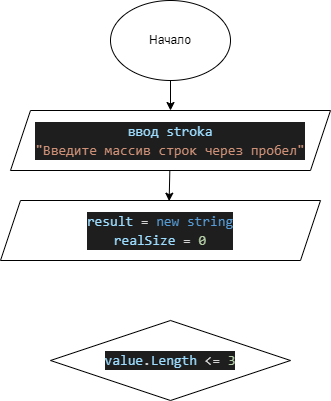
Earlier version of the draw.io export Atask/diagram.drawio.png (SmNataLy/final_work). Source tidied: cells renumbered, new cells last; positions are measured from the earlier drawing's top-left corner, leaving out a move shared by most shapes. Source of this version:
```xml
<mxGraphModel>
  <root>
    <mxCell id="0" />
    <mxCell id="1" parent="0" />
    <mxCell id="2" style="edgeStyle=none;html=1;entryX=0.527;entryY=0.011;entryDx=0;entryDy=0;entryPerimeter=0;" parent="1" edge="1" source="3" target="6">
      <mxGeometry relative="1" as="geometry" />
    </mxCell>
    <mxCell id="3" value="&lt;div style=&quot;color: rgb(212, 212, 212); background-color: rgb(30, 30, 30); font-family: Consolas, &amp;quot;Courier New&amp;quot;, monospace; font-size: 14px; line-height: 19px;&quot;&gt;&lt;div style=&quot;line-height: 19px;&quot;&gt;&lt;span style=&quot;color: #9cdcfe;&quot;&gt;ввод stroka&lt;/span&gt;&lt;/div&gt;&lt;/div&gt;&lt;div style=&quot;color: rgb(212, 212, 212); background-color: rgb(30, 30, 30); font-family: Consolas, &amp;quot;Courier New&amp;quot;, monospace; font-size: 14px; line-height: 19px;&quot;&gt;&lt;span style=&quot;color: #ce9178;&quot;&gt;&quot;Введите массив строк через пробел&quot;&lt;/span&gt;&lt;/div&gt;" style="shape=parallelogram;perimeter=parallelogramPerimeter;whiteSpace=wrap;html=1;fixedSize=1;" parent="1" vertex="1">
      <mxGeometry x="10" y="110" width="320" height="60" as="geometry" />
    </mxCell>
    <mxCell id="4" style="edgeStyle=none;html=1;entryX=0.5;entryY=0;entryDx=0;entryDy=0;" parent="1" edge="1" source="5" target="3">
      <mxGeometry relative="1" as="geometry" />
    </mxCell>
    <mxCell id="5" value="Начало" style="ellipse;whiteSpace=wrap;html=1;" parent="1" vertex="1">
      <mxGeometry x="110" width="120" height="80" as="geometry" />
    </mxCell>
    <mxCell id="6" value="&lt;div style=&quot;color: rgb(212, 212, 212); background-color: rgb(30, 30, 30); font-family: Consolas, &amp;quot;Courier New&amp;quot;, monospace; font-size: 14px; line-height: 19px;&quot;&gt;&lt;div style=&quot;line-height: 19px;&quot;&gt;&lt;div style=&quot;line-height: 19px;&quot;&gt;&lt;div&gt;&lt;span style=&quot;color: #9cdcfe;&quot;&gt;result&lt;/span&gt; = &lt;span style=&quot;color: #569cd6;&quot;&gt;new&lt;/span&gt; &lt;span style=&quot;color: #569cd6;&quot;&gt;string&lt;/span&gt;&lt;/div&gt;&lt;div&gt;&lt;span style=&quot;color: #9cdcfe;&quot;&gt;realSize&lt;/span&gt; = &lt;span style=&quot;color: #b5cea8;&quot;&gt;0&lt;/span&gt;&lt;/div&gt;&lt;/div&gt;&lt;/div&gt;&lt;/div&gt;" style="shape=parallelogram;perimeter=parallelogramPerimeter;whiteSpace=wrap;html=1;fixedSize=1;" parent="1" vertex="1">
      <mxGeometry y="200" width="320" height="60" as="geometry" />
    </mxCell>
    <mxCell id="7" value="&lt;div style=&quot;color: rgb(212, 212, 212); background-color: rgb(30, 30, 30); font-family: Consolas, &amp;quot;Courier New&amp;quot;, monospace; font-size: 14px; line-height: 19px;&quot;&gt;&lt;span style=&quot;color: #9cdcfe;&quot;&gt;value&lt;/span&gt;.&lt;span style=&quot;color: #9cdcfe;&quot;&gt;Length&lt;/span&gt; &amp;lt;= &lt;span style=&quot;color: #b5cea8;&quot;&gt;3&lt;/span&gt;&lt;/div&gt;" style="rhombus;whiteSpace=wrap;html=1;" parent="1" vertex="1">
      <mxGeometry x="50" y="320" width="240" height="80" as="geometry" />
    </mxCell>
  </root>
</mxGraphModel>
```
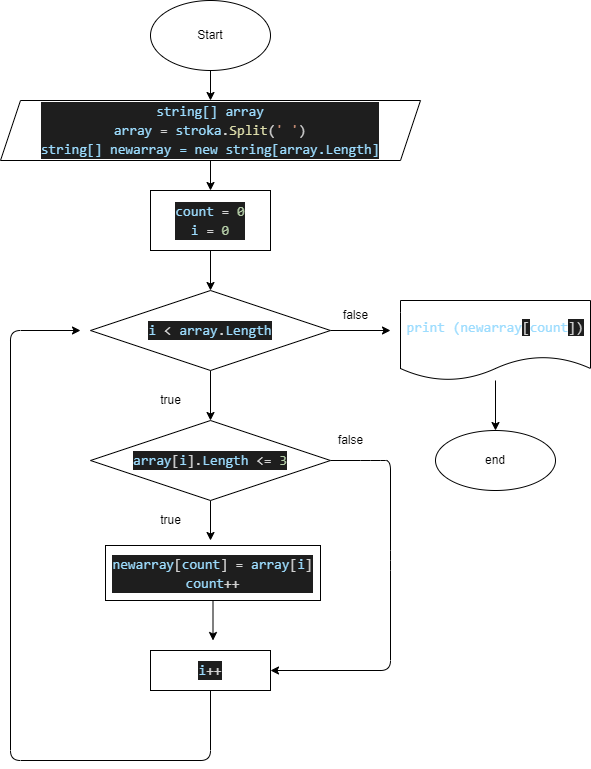
After the commit.

Commit message:
Добавила блок-схему

The edit, as a diff of the source:
```diff
@@ -2,23 +2,94 @@
   <root>
     <mxCell id="0" />
     <mxCell id="1" parent="0" />
-    <mxCell id="2" style="edgeStyle=none;html=1;entryX=0.527;entryY=0.011;entryDx=0;entryDy=0;entryPerimeter=0;" parent="1" edge="1" source="3" target="6">
-      <mxGeometry relative="1" as="geometry" />
-    </mxCell>
+    <mxCell id="8" style="edgeStyle=none;html=1;entryX=0.5;entryY=0;entryDx=0;entryDy=0;" parent="1" edge="1" source="3" target="12">
+      <mxGeometry relative="1" as="geometry" />
+    </mxCell>
-    <mxCell id="3" value="&lt;div style=&quot;color: rgb(212, 212, 212); background-color: rgb(30, 30, 30); font-family: Consolas, &amp;quot;Courier New&amp;quot;, monospace; font-size: 14px; line-height: 19px;&quot;&gt;&lt;div style=&quot;line-height: 19px;&quot;&gt;&lt;span style=&quot;color: #9cdcfe;&quot;&gt;ввод stroka&lt;/span&gt;&lt;/div&gt;&lt;/div&gt;&lt;div style=&quot;color: rgb(212, 212, 212); background-color: rgb(30, 30, 30); font-family: Consolas, &amp;quot;Courier New&amp;quot;, monospace; font-size: 14px; line-height: 19px;&quot;&gt;&lt;span style=&quot;color: #ce9178;&quot;&gt;&quot;Введите массив строк через пробел&quot;&lt;/span&gt;&lt;/div&gt;" style="shape=parallelogram;perimeter=parallelogramPerimeter;whiteSpace=wrap;html=1;fixedSize=1;" parent="1" vertex="1">
-      <mxGeometry x="10" y="110" width="320" height="60" as="geometry" />
+    <mxCell id="3" value="&lt;div style=&quot;background-color: rgb(30, 30, 30); font-family: Consolas, &amp;quot;Courier New&amp;quot;, monospace; font-size: 14px; line-height: 19px;&quot;&gt;&lt;div style=&quot;line-height: 19px;&quot;&gt;&lt;font color=&quot;#9cdcfe&quot;&gt;string[] array&lt;/font&gt;&lt;/div&gt;&lt;div style=&quot;line-height: 19px;&quot;&gt;&lt;div style=&quot;color: rgb(212, 212, 212); line-height: 19px;&quot;&gt;&lt;span style=&quot;color: #9cdcfe;&quot;&gt;array&lt;/span&gt; = &lt;span style=&quot;color: #9cdcfe;&quot;&gt;stroka&lt;/span&gt;.&lt;span style=&quot;color: #dcdcaa;&quot;&gt;Split&lt;/span&gt;(&lt;span style=&quot;color: #ce9178;&quot;&gt;' '&lt;/span&gt;)&lt;/div&gt;&lt;div style=&quot;color: rgb(212, 212, 212); line-height: 19px;&quot;&gt;&lt;span style=&quot;color: rgb(156, 220, 254);&quot;&gt;string[] newarray = new string[array.Length]&lt;/span&gt;&lt;br&gt;&lt;/div&gt;&lt;/div&gt;&lt;/div&gt;" style="shape=parallelogram;perimeter=parallelogramPerimeter;whiteSpace=wrap;html=1;fixedSize=1;" parent="1" vertex="1">
+      <mxGeometry x="-40" y="110" width="420" height="60" as="geometry" />
     </mxCell>
     <mxCell id="4" style="edgeStyle=none;html=1;entryX=0.5;entryY=0;entryDx=0;entryDy=0;" parent="1" edge="1" source="5" target="3">
       <mxGeometry relative="1" as="geometry" />
     </mxCell>
-    <mxCell id="5" value="Начало" style="ellipse;whiteSpace=wrap;html=1;" parent="1" vertex="1">
-      <mxGeometry x="110" width="120" height="80" as="geometry" />
+    <mxCell id="5" value="Start" style="ellipse;whiteSpace=wrap;html=1;" parent="1" vertex="1">
+      <mxGeometry x="110" y="10" width="120" height="70" as="geometry" />
     </mxCell>
-    <mxCell id="6" value="&lt;div style=&quot;color: rgb(212, 212, 212); background-color: rgb(30, 30, 30); font-family: Consolas, &amp;quot;Courier New&amp;quot;, monospace; font-size: 14px; line-height: 19px;&quot;&gt;&lt;div style=&quot;line-height: 19px;&quot;&gt;&lt;div style=&quot;line-height: 19px;&quot;&gt;&lt;div&gt;&lt;span style=&quot;color: #9cdcfe;&quot;&gt;result&lt;/span&gt; = &lt;span style=&quot;color: #569cd6;&quot;&gt;new&lt;/span&gt; &lt;span style=&quot;color: #569cd6;&quot;&gt;string&lt;/span&gt;&lt;/div&gt;&lt;div&gt;&lt;span style=&quot;color: #9cdcfe;&quot;&gt;realSize&lt;/span&gt; = &lt;span style=&quot;color: #b5cea8;&quot;&gt;0&lt;/span&gt;&lt;/div&gt;&lt;/div&gt;&lt;/div&gt;&lt;/div&gt;" style="shape=parallelogram;perimeter=parallelogramPerimeter;whiteSpace=wrap;html=1;fixedSize=1;" parent="1" vertex="1">
-      <mxGeometry y="200" width="320" height="60" as="geometry" />
-    </mxCell>
+    <mxCell id="9" style="edgeStyle=none;html=1;" parent="1" edge="1" source="7">
+      <mxGeometry relative="1" as="geometry">
+        <mxPoint x="170" y="550" as="targetPoint" />
+      </mxGeometry>
+    </mxCell>
+    <mxCell id="10" style="edgeStyle=none;html=1;entryX=1;entryY=0.5;entryDx=0;entryDy=0;exitX=1;exitY=0.5;exitDx=0;exitDy=0;" parent="1" edge="1" source="7" target="19">
+      <mxGeometry relative="1" as="geometry">
+        <Array as="points">
+          <mxPoint x="330" y="470" />
+          <mxPoint x="350" y="470" />
+          <mxPoint x="350" y="570" />
+          <mxPoint x="350" y="680" />
+        </Array>
+      </mxGeometry>
+    </mxCell>
-    <mxCell id="7" value="&lt;div style=&quot;color: rgb(212, 212, 212); background-color: rgb(30, 30, 30); font-family: Consolas, &amp;quot;Courier New&amp;quot;, monospace; font-size: 14px; line-height: 19px;&quot;&gt;&lt;span style=&quot;color: #9cdcfe;&quot;&gt;value&lt;/span&gt;.&lt;span style=&quot;color: #9cdcfe;&quot;&gt;Length&lt;/span&gt; &amp;lt;= &lt;span style=&quot;color: #b5cea8;&quot;&gt;3&lt;/span&gt;&lt;/div&gt;" style="rhombus;whiteSpace=wrap;html=1;" parent="1" vertex="1">
-      <mxGeometry x="50" y="320" width="240" height="80" as="geometry" />
+    <mxCell id="7" value="&lt;div style=&quot;color: rgb(212, 212, 212); background-color: rgb(30, 30, 30); font-family: Consolas, &amp;quot;Courier New&amp;quot;, monospace; font-size: 14px; line-height: 19px;&quot;&gt;&lt;div style=&quot;line-height: 19px;&quot;&gt;&lt;span style=&quot;color: #9cdcfe;&quot;&gt;array&lt;/span&gt;[&lt;span style=&quot;color: #9cdcfe;&quot;&gt;i&lt;/span&gt;].&lt;span style=&quot;color: #9cdcfe;&quot;&gt;Length&lt;/span&gt; &amp;lt;= &lt;span style=&quot;color: #b5cea8;&quot;&gt;3&lt;/span&gt;&lt;/div&gt;&lt;/div&gt;" style="rhombus;whiteSpace=wrap;html=1;" parent="1" vertex="1">
+      <mxGeometry x="50" y="430" width="240" height="80" as="geometry" />
     </mxCell>
+    <mxCell id="11" style="edgeStyle=none;html=1;entryX=0.5;entryY=0;entryDx=0;entryDy=0;" parent="1" edge="1" source="12" target="15">
+      <mxGeometry relative="1" as="geometry" />
+    </mxCell>
+    <mxCell id="12" value="&lt;div style=&quot;color: rgb(212, 212, 212); background-color: rgb(30, 30, 30); font-family: Consolas, &amp;quot;Courier New&amp;quot;, monospace; font-size: 14px; line-height: 19px;&quot;&gt;&lt;span style=&quot;color: #9cdcfe;&quot;&gt;count&lt;/span&gt; = &lt;span style=&quot;color: #b5cea8;&quot;&gt;0&lt;/span&gt;&lt;/div&gt;&lt;div style=&quot;color: rgb(212, 212, 212); background-color: rgb(30, 30, 30); font-family: Consolas, &amp;quot;Courier New&amp;quot;, monospace; font-size: 14px; line-height: 19px;&quot;&gt;&lt;div style=&quot;line-height: 19px;&quot;&gt;&lt;span style=&quot;color: #9cdcfe;&quot;&gt;i&lt;/span&gt; = &lt;span style=&quot;color: #b5cea8;&quot;&gt;0&lt;/span&gt;&lt;/div&gt;&lt;/div&gt;" style="rounded=0;whiteSpace=wrap;html=1;" parent="1" vertex="1">
+      <mxGeometry x="110" y="200" width="120" height="60" as="geometry" />
+    </mxCell>
+    <mxCell id="13" style="edgeStyle=none;html=1;entryX=0.5;entryY=0;entryDx=0;entryDy=0;" parent="1" edge="1" source="15" target="7">
+      <mxGeometry relative="1" as="geometry" />
+    </mxCell>
+    <mxCell id="14" style="edgeStyle=none;html=1;" parent="1" edge="1" source="15">
+      <mxGeometry relative="1" as="geometry">
+        <mxPoint x="350" y="340" as="targetPoint" />
+      </mxGeometry>
+    </mxCell>
+    <mxCell id="15" value="&lt;div style=&quot;color: rgb(212, 212, 212); background-color: rgb(30, 30, 30); font-family: Consolas, &amp;quot;Courier New&amp;quot;, monospace; font-size: 14px; line-height: 19px;&quot;&gt;&lt;div style=&quot;line-height: 19px;&quot;&gt;&lt;div style=&quot;line-height: 19px;&quot;&gt;&lt;span style=&quot;color: #9cdcfe;&quot;&gt;i&lt;/span&gt; &amp;lt; &lt;span style=&quot;color: #9cdcfe;&quot;&gt;array&lt;/span&gt;.&lt;span style=&quot;color: #9cdcfe;&quot;&gt;Length&lt;/span&gt;&lt;/div&gt;&lt;/div&gt;&lt;/div&gt;" style="rhombus;whiteSpace=wrap;html=1;" parent="1" vertex="1">
+      <mxGeometry x="50" y="300" width="240" height="80" as="geometry" />
+    </mxCell>
+    <mxCell id="16" style="edgeStyle=none;html=1;" parent="1" edge="1" source="17">
+      <mxGeometry relative="1" as="geometry">
+        <mxPoint x="172.5" y="650" as="targetPoint" />
+      </mxGeometry>
+    </mxCell>
+    <mxCell id="17" value="&lt;div style=&quot;color: rgb(212, 212, 212); background-color: rgb(30, 30, 30); font-family: Consolas, &amp;quot;Courier New&amp;quot;, monospace; font-size: 14px; line-height: 19px;&quot;&gt;&lt;span style=&quot;color: #9cdcfe;&quot;&gt;newarray&lt;/span&gt;[&lt;span style=&quot;color: #9cdcfe;&quot;&gt;count&lt;/span&gt;] = &lt;span style=&quot;color: #9cdcfe;&quot;&gt;array&lt;/span&gt;[&lt;span style=&quot;color: #9cdcfe;&quot;&gt;i&lt;/span&gt;]&lt;/div&gt;&lt;div style=&quot;color: rgb(212, 212, 212); background-color: rgb(30, 30, 30); font-family: Consolas, &amp;quot;Courier New&amp;quot;, monospace; font-size: 14px; line-height: 19px;&quot;&gt;&lt;div style=&quot;line-height: 19px;&quot;&gt;&lt;span style=&quot;color: #9cdcfe;&quot;&gt;count&lt;/span&gt;++&lt;/div&gt;&lt;/div&gt;" style="rounded=0;whiteSpace=wrap;html=1;" parent="1" vertex="1">
+      <mxGeometry x="65" y="555" width="215" height="55" as="geometry" />
+    </mxCell>
+    <mxCell id="18" style="edgeStyle=none;html=1;" parent="1" edge="1" source="19">
+      <mxGeometry relative="1" as="geometry">
+        <mxPoint x="40" y="340" as="targetPoint" />
+        <Array as="points">
+          <mxPoint x="170" y="770" />
+          <mxPoint x="-30" y="770" />
+          <mxPoint x="-30" y="340" />
+        </Array>
+      </mxGeometry>
+    </mxCell>
+    <mxCell id="19" value="&lt;div style=&quot;color: rgb(212, 212, 212); background-color: rgb(30, 30, 30); font-family: Consolas, &amp;quot;Courier New&amp;quot;, monospace; font-size: 14px; line-height: 19px;&quot;&gt;&lt;span style=&quot;color: #9cdcfe;&quot;&gt;i&lt;/span&gt;++&lt;/div&gt;" style="rounded=0;whiteSpace=wrap;html=1;" parent="1" vertex="1">
+      <mxGeometry x="110" y="660" width="120" height="40" as="geometry" />
+    </mxCell>
+    <mxCell id="20" value="true" style="text;html=1;align=center;verticalAlign=middle;strokeColor=none;fillColor=none;" parent="1" vertex="1">
+      <mxGeometry x="110" y="395" width="40" height="30" as="geometry" />
+    </mxCell>
+    <mxCell id="21" value="true" style="text;html=1;align=center;verticalAlign=middle;strokeColor=none;fillColor=none;" parent="1" vertex="1">
+      <mxGeometry x="110" y="515" width="40" height="30" as="geometry" />
+    </mxCell>
+    <mxCell id="22" value="false" style="text;html=1;align=center;verticalAlign=middle;strokeColor=none;fillColor=none;" parent="1" vertex="1">
+      <mxGeometry x="285" y="435" width="50" height="30" as="geometry" />
+    </mxCell>
+    <mxCell id="23" style="edgeStyle=none;html=1;entryX=0.5;entryY=0;entryDx=0;entryDy=0;" parent="1" edge="1" source="24" target="26">
+      <mxGeometry relative="1" as="geometry" />
+    </mxCell>
+    <mxCell id="24" value="&lt;span style=&quot;font-family: Consolas, &amp;quot;Courier New&amp;quot;, monospace; font-size: 14px; color: rgb(156, 220, 254);&quot;&gt;print (newarray&lt;/span&gt;&lt;span style=&quot;color: rgb(212, 212, 212); font-family: Consolas, &amp;quot;Courier New&amp;quot;, monospace; font-size: 14px; background-color: rgb(30, 30, 30);&quot;&gt;[&lt;/span&gt;&lt;span style=&quot;font-family: Consolas, &amp;quot;Courier New&amp;quot;, monospace; font-size: 14px; color: rgb(156, 220, 254);&quot;&gt;count&lt;/span&gt;&lt;span style=&quot;color: rgb(212, 212, 212); font-family: Consolas, &amp;quot;Courier New&amp;quot;, monospace; font-size: 14px; background-color: rgb(30, 30, 30);&quot;&gt;])&lt;/span&gt;" style="shape=document;whiteSpace=wrap;html=1;boundedLbl=1;" parent="1" vertex="1">
+      <mxGeometry x="360" y="310" width="190" height="80" as="geometry" />
+    </mxCell>
+    <mxCell id="25" value="false" style="text;html=1;align=center;verticalAlign=middle;strokeColor=none;fillColor=none;" parent="1" vertex="1">
+      <mxGeometry x="290" y="310" width="50" height="30" as="geometry" />
+    </mxCell>
+    <mxCell id="26" value="end" style="ellipse;whiteSpace=wrap;html=1;" parent="1" vertex="1">
+      <mxGeometry x="395" y="440" width="120" height="60" as="geometry" />
+    </mxCell>
   </root>
 </mxGraphModel>
```
